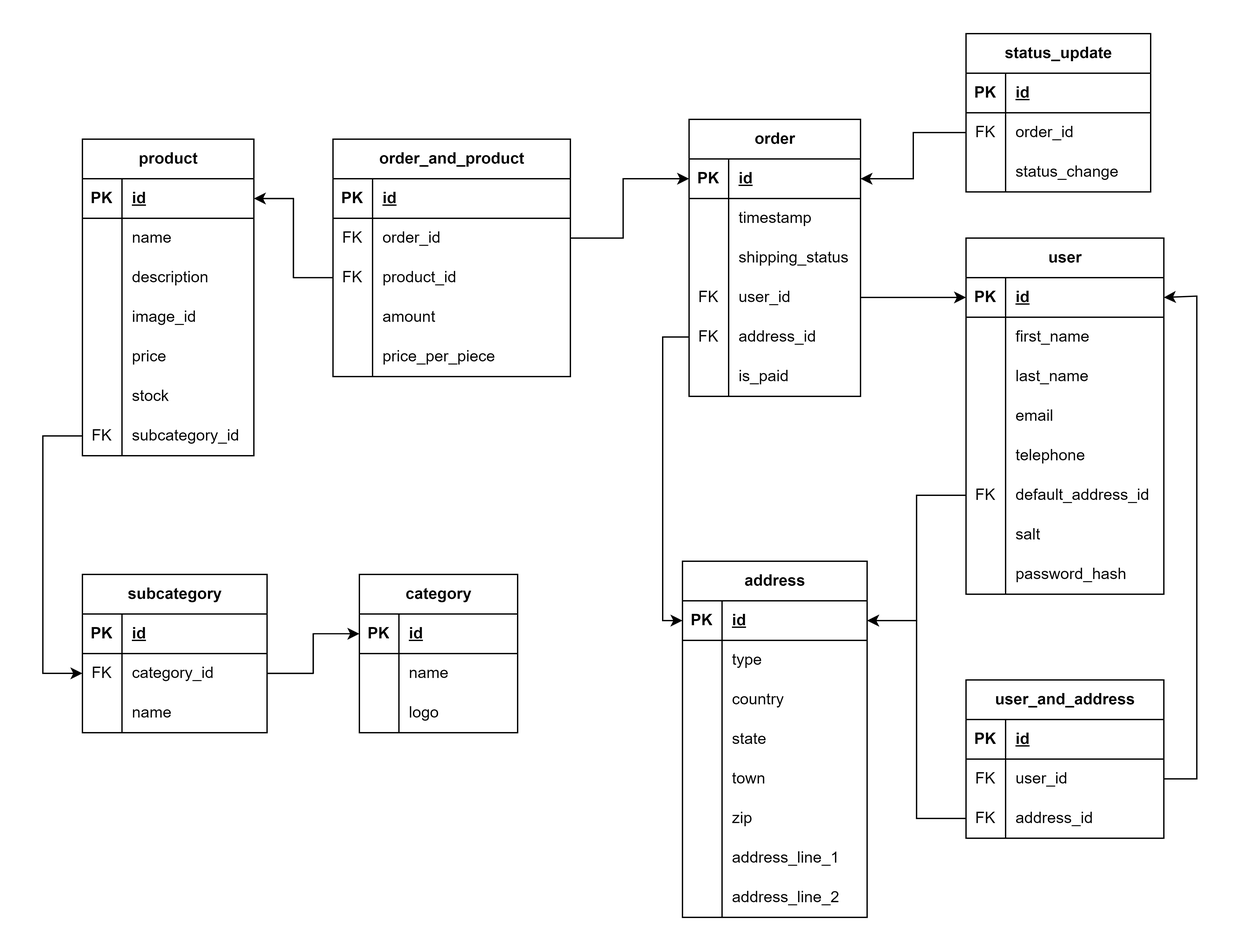
Above: Documentation/Ecommerce ER.png in shekelboi/EcommerceDatabase (draw.io), before the change. Source tidied: cells renumbered, new cells last; positions are measured from the earlier drawing's top-left corner, leaving out a move shared by most shapes.
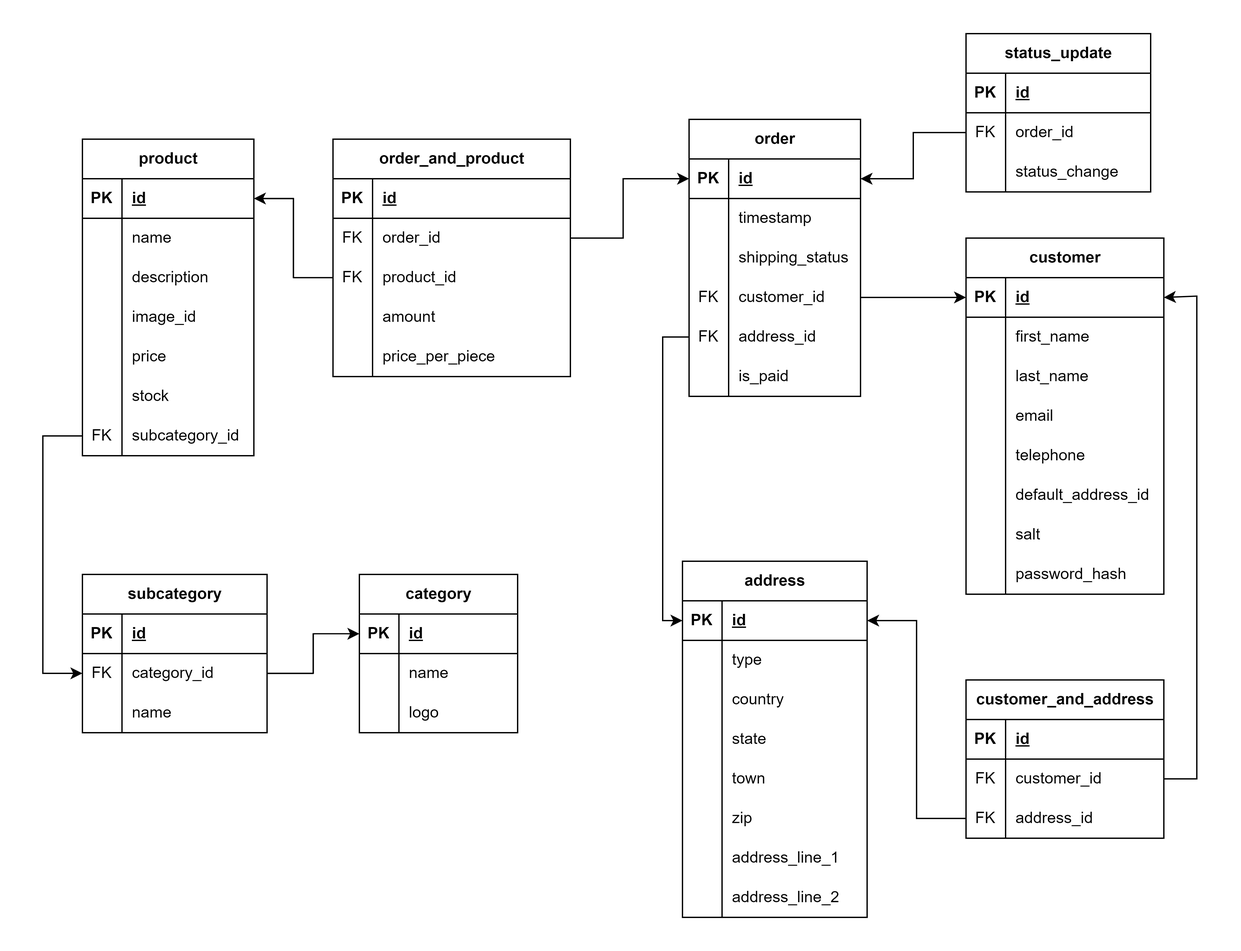
The same file after the commit.

Commit message:
Renaming user to customer since user is a reserved keyword

Diff of the diagram source:
```diff
@@ -167,7 +167,7 @@
     <mxCell id="56" value="FK" style="shape=partialRectangle;fillColor=none;top=0;left=0;bottom=0;right=0;overflow=hidden;whiteSpace=wrap;html=1;" parent="55" vertex="1">
       <mxGeometry width="30" height="30" as="geometry" />
     </mxCell>
-    <mxCell id="57" value="user_id" style="shape=partialRectangle;fillColor=none;top=0;left=0;bottom=0;right=0;align=left;spacingLeft=6;overflow=hidden;whiteSpace=wrap;html=1;" parent="55" vertex="1">
+    <mxCell id="57" value="customer_id" style="shape=partialRectangle;fillColor=none;top=0;left=0;bottom=0;right=0;align=left;spacingLeft=6;overflow=hidden;whiteSpace=wrap;html=1;" parent="55" vertex="1">
       <mxGeometry x="30" width="100" height="30" as="geometry" />
     </mxCell>
     <mxCell id="58" style="shape=tableRow;horizontal=0;startSize=0;swimlaneHead=0;swimlaneBody=0;fillColor=none;points=[[0,0.5],[1,0.5]];portConstraint=eastwest;top=0;left=0;right=0;bottom=0;" parent="45" vertex="1">
@@ -280,7 +280,7 @@
     <mxCell id="92" style="edgeStyle=orthogonalEdgeStyle;rounded=0;jettySize=auto;html=1;" parent="1" edge="1" source="86" target="46">
       <mxGeometry relative="1" as="geometry" />
     </mxCell>
-    <mxCell id="93" value="user" style="shape=table;startSize=30;rowLines=0;fontStyle=1;align=center;html=1;" parent="1" vertex="1">
+    <mxCell id="93" value="customer" style="shape=table;startSize=30;rowLines=0;fontStyle=1;align=center;html=1;" parent="1" vertex="1">
       <mxGeometry x="700" y="155" width="150" height="270" as="geometry" />
     </mxCell>
     <mxCell id="94" style="shape=tableRow;horizontal=0;startSize=0;swimlaneHead=0;swimlaneBody=0;fillColor=none;points=[[0,0.5],[1,0.5]];portConstraint=eastwest;top=0;left=0;right=0;bottom=1;" parent="93" vertex="1">
@@ -331,7 +331,7 @@
     <mxCell id="109" style="shape=tableRow;horizontal=0;startSize=0;swimlaneHead=0;swimlaneBody=0;fillColor=none;points=[[0,0.5],[1,0.5]];portConstraint=eastwest;top=0;left=0;right=0;bottom=0;" parent="93" vertex="1">
       <mxGeometry y="180" width="150" height="30" as="geometry" />
     </mxCell>
-    <mxCell id="110" value="FK" style="shape=partialRectangle;fillColor=none;top=0;left=0;bottom=0;right=0;overflow=hidden;whiteSpace=wrap;html=1;" parent="109" vertex="1">
+    <mxCell id="110" style="shape=partialRectangle;fillColor=none;top=0;left=0;bottom=0;right=0;overflow=hidden;whiteSpace=wrap;html=1;" parent="109" vertex="1">
       <mxGeometry width="30" height="30" as="geometry" />
     </mxCell>
     <mxCell id="111" value="default_address_id" style="shape=partialRectangle;fillColor=none;top=0;left=0;bottom=0;right=0;align=left;spacingLeft=6;overflow=hidden;whiteSpace=wrap;html=1;" parent="109" vertex="1">
@@ -358,7 +358,7 @@
     <mxCell id="118" style="edgeStyle=orthogonalEdgeStyle;rounded=0;jettySize=auto;html=1;entryX=0;entryY=0.5;entryDx=0;entryDy=0;" parent="1" edge="1" source="55" target="94">
       <mxGeometry relative="1" as="geometry" />
     </mxCell>
-    <mxCell id="119" value="user_and_address" style="shape=table;startSize=30;rowLines=0;fontStyle=1;align=center;html=1;" parent="1" vertex="1">
+    <mxCell id="119" value="customer_and_address" style="shape=table;startSize=30;rowLines=0;fontStyle=1;align=center;html=1;" parent="1" vertex="1">
       <mxGeometry x="700" y="490" width="150" height="120" as="geometry" />
     </mxCell>
     <mxCell id="120" style="shape=tableRow;horizontal=0;startSize=0;swimlaneHead=0;swimlaneBody=0;fillColor=none;top=0;left=0;right=0;bottom=1;" parent="119" vertex="1">
@@ -376,7 +376,7 @@
     <mxCell id="124" value="FK" style="shape=partialRectangle;fillColor=none;top=0;left=0;bottom=0;right=0;overflow=hidden;whiteSpace=wrap;html=1;" parent="123" vertex="1">
       <mxGeometry width="30" height="30" as="geometry" />
     </mxCell>
-    <mxCell id="125" value="user_id" style="shape=partialRectangle;fillColor=none;top=0;left=0;bottom=0;right=0;align=left;spacingLeft=6;overflow=hidden;whiteSpace=wrap;html=1;" parent="123" vertex="1">
+    <mxCell id="125" value="customer_id" style="shape=partialRectangle;fillColor=none;top=0;left=0;bottom=0;right=0;align=left;spacingLeft=6;overflow=hidden;whiteSpace=wrap;html=1;" parent="123" vertex="1">
       <mxGeometry x="30" width="120" height="30" as="geometry" />
     </mxCell>
     <mxCell id="126" style="shape=tableRow;horizontal=0;startSize=0;swimlaneHead=0;swimlaneBody=0;fillColor=none;points=[[0,0.5],[1,0.5]];portConstraint=eastwest;top=0;left=0;right=0;bottom=0;" parent="119" vertex="1">
@@ -485,8 +485,5 @@
         </Array>
       </mxGeometry>
     </mxCell>
-    <mxCell id="158" style="edgeStyle=orthogonalEdgeStyle;rounded=0;jettySize=auto;html=1;entryX=1;entryY=0.5;entryDx=0;entryDy=0;" parent="1" edge="1" source="109" target="130">
-      <mxGeometry relative="1" as="geometry" />
-    </mxCell>
   </root>
 </mxGraphModel>
```
